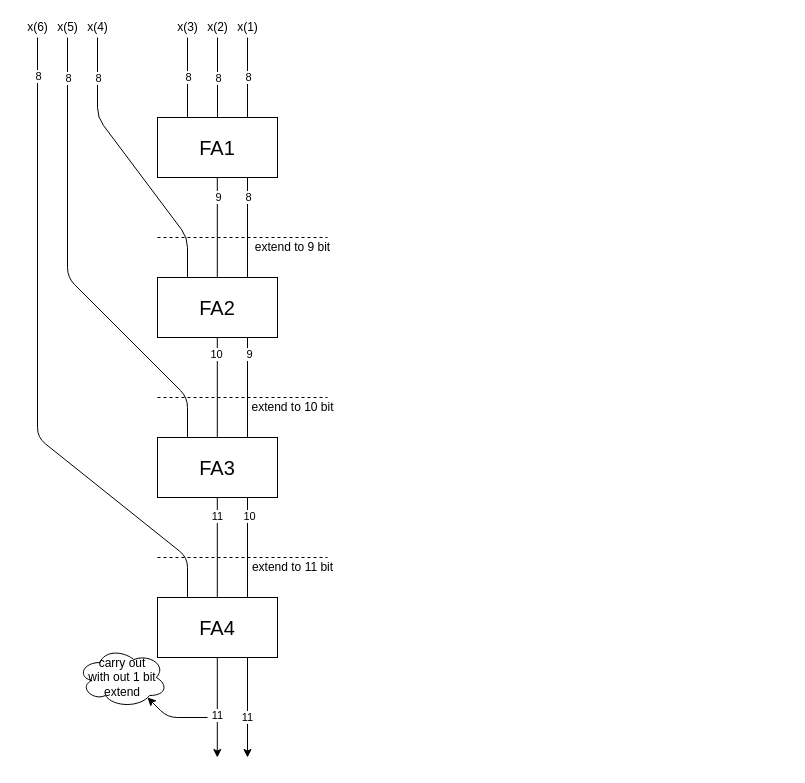
This is Arith_CA2.drawio from jackwatson01234/draw.io, a draw.io file, before an edit. Source tidied: cells renumbered, new cells numbered last; positions are measured from the earlier drawing's top-left corner, leaving out a move shared by most shapes. Both pictures are drawn from the tidied source at 100%, with x=0, y=0 at pixel (17, 17).
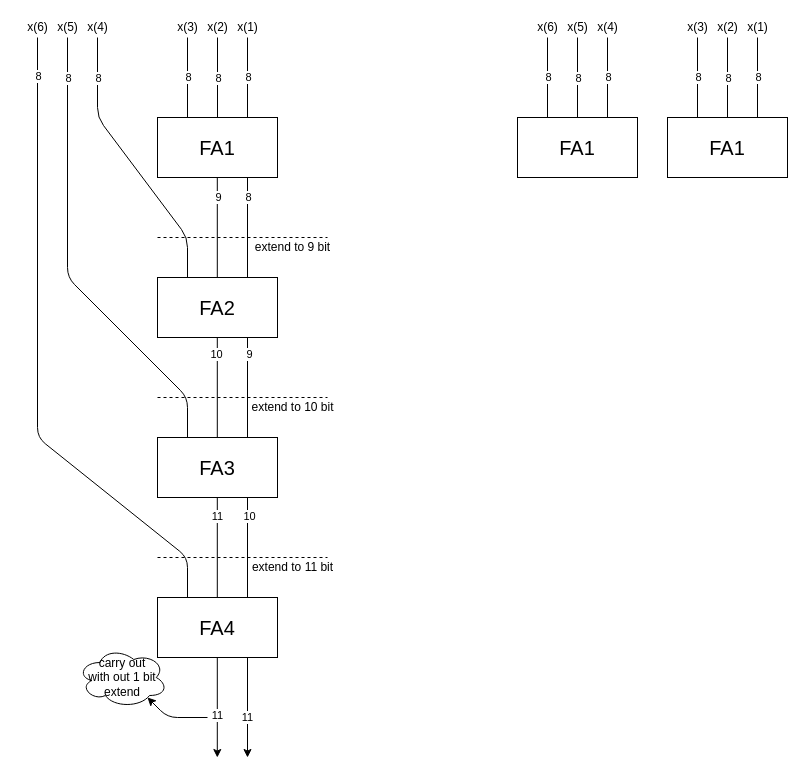
The same diagram, later.

Diff of the diagram source:
```diff
@@
+    <mxCell id="48" value="FA1" style="rounded=0;whiteSpace=wrap;html=1;fontSize=20;" parent="1" vertex="1">
+      <mxGeometry x="650" y="100" width="120" height="60" as="geometry" />
+    </mxCell>
+    <mxCell id="49" style="endArrow=none;html=1;exitX=0.75;exitY=0;exitDx=0;exitDy=0;" parent="1" edge="1" source="48">
+      <mxGeometry relative="1" as="geometry">
+        <mxPoint x="740" y="20" as="targetPoint" />
+      </mxGeometry>
+    </mxCell>
+    <mxCell id="50" value="8" style="edgeLabel;html=1;align=center;verticalAlign=middle;" parent="49" vertex="1">
+      <mxGeometry x="0.22" y="-1" relative="1" as="geometry">
+        <mxPoint x="-1" y="8.8" as="offset" />
+      </mxGeometry>
+    </mxCell>
+    <mxCell id="51" style="endArrow=none;html=1;exitX=0.5;exitY=0;exitDx=0;exitDy=0;" parent="1" edge="1" source="48">
+      <mxGeometry relative="1" as="geometry">
+        <mxPoint x="710" y="20" as="targetPoint" />
+      </mxGeometry>
+    </mxCell>
+    <mxCell id="52" value="8" style="edgeLabel;html=1;align=center;verticalAlign=middle;" parent="51" vertex="1">
+      <mxGeometry x="0.21" y="1" relative="1" as="geometry">
+        <mxPoint x="1" y="8.4" as="offset" />
+      </mxGeometry>
+    </mxCell>
+    <mxCell id="53" style="endArrow=none;html=1;exitX=0.25;exitY=0;exitDx=0;exitDy=0;" parent="1" edge="1" source="48">
+      <mxGeometry relative="1" as="geometry">
+        <mxPoint x="680" y="20" as="targetPoint" />
+      </mxGeometry>
+    </mxCell>
+    <mxCell id="54" value="8" style="edgeLabel;html=1;align=center;verticalAlign=middle;" parent="53" vertex="1">
+      <mxGeometry x="0.2" relative="1" as="geometry">
+        <mxPoint y="7.9" as="offset" />
+      </mxGeometry>
+    </mxCell>
+    <mxCell id="55" value="x(3)" style="text;html=1;align=center;verticalAlign=middle;" parent="1" vertex="1">
+      <mxGeometry x="660" width="40" height="20" as="geometry" />
+    </mxCell>
+    <mxCell id="56" value="x(2)" style="text;html=1;align=center;verticalAlign=middle;" parent="1" vertex="1">
+      <mxGeometry x="690" width="40" height="20" as="geometry" />
+    </mxCell>
+    <mxCell id="57" value="x(1)" style="text;html=1;align=center;verticalAlign=middle;" parent="1" vertex="1">
+      <mxGeometry x="720" width="40" height="20" as="geometry" />
+    </mxCell>
+    <mxCell id="58" value="FA1" style="rounded=0;whiteSpace=wrap;html=1;fontSize=20;" parent="1" vertex="1">
+      <mxGeometry x="500" y="100" width="120" height="60" as="geometry" />
+    </mxCell>
+    <mxCell id="59" style="endArrow=none;html=1;exitX=0.75;exitY=0;exitDx=0;exitDy=0;" parent="1" edge="1" source="58">
+      <mxGeometry relative="1" as="geometry">
+        <mxPoint x="590" y="20" as="targetPoint" />
+      </mxGeometry>
+    </mxCell>
+    <mxCell id="60" value="8" style="edgeLabel;html=1;align=center;verticalAlign=middle;" parent="59" vertex="1">
+      <mxGeometry x="0.22" y="-1" relative="1" as="geometry">
+        <mxPoint x="-1" y="8.8" as="offset" />
+      </mxGeometry>
+    </mxCell>
+    <mxCell id="61" style="endArrow=none;html=1;exitX=0.5;exitY=0;exitDx=0;exitDy=0;" parent="1" edge="1" source="58">
+      <mxGeometry relative="1" as="geometry">
+        <mxPoint x="560" y="20" as="targetPoint" />
+      </mxGeometry>
+    </mxCell>
+    <mxCell id="62" value="8" style="edgeLabel;html=1;align=center;verticalAlign=middle;" parent="61" vertex="1">
+      <mxGeometry x="0.21" y="1" relative="1" as="geometry">
+        <mxPoint x="1" y="8.4" as="offset" />
+      </mxGeometry>
+    </mxCell>
+    <mxCell id="63" style="endArrow=none;html=1;exitX=0.25;exitY=0;exitDx=0;exitDy=0;" parent="1" edge="1" source="58">
+      <mxGeometry relative="1" as="geometry">
+        <mxPoint x="530" y="20" as="targetPoint" />
+      </mxGeometry>
+    </mxCell>
+    <mxCell id="64" value="8" style="edgeLabel;html=1;align=center;verticalAlign=middle;" parent="63" vertex="1">
+      <mxGeometry x="0.2" relative="1" as="geometry">
+        <mxPoint y="7.9" as="offset" />
+      </mxGeometry>
+    </mxCell>
+    <mxCell id="65" value="x(4)" style="text;html=1;align=center;verticalAlign=middle;" parent="1" vertex="1">
+      <mxGeometry x="570" width="40" height="20" as="geometry" />
+    </mxCell>
+    <mxCell id="66" value="x(5)" style="text;html=1;align=center;verticalAlign=middle;" parent="1" vertex="1">
+      <mxGeometry x="540" width="40" height="20" as="geometry" />
+    </mxCell>
+    <mxCell id="67" value="x(6)" style="text;html=1;align=center;verticalAlign=middle;" parent="1" vertex="1">
+      <mxGeometry x="510" width="40" height="20" as="geometry" />
+    </mxCell>
```
